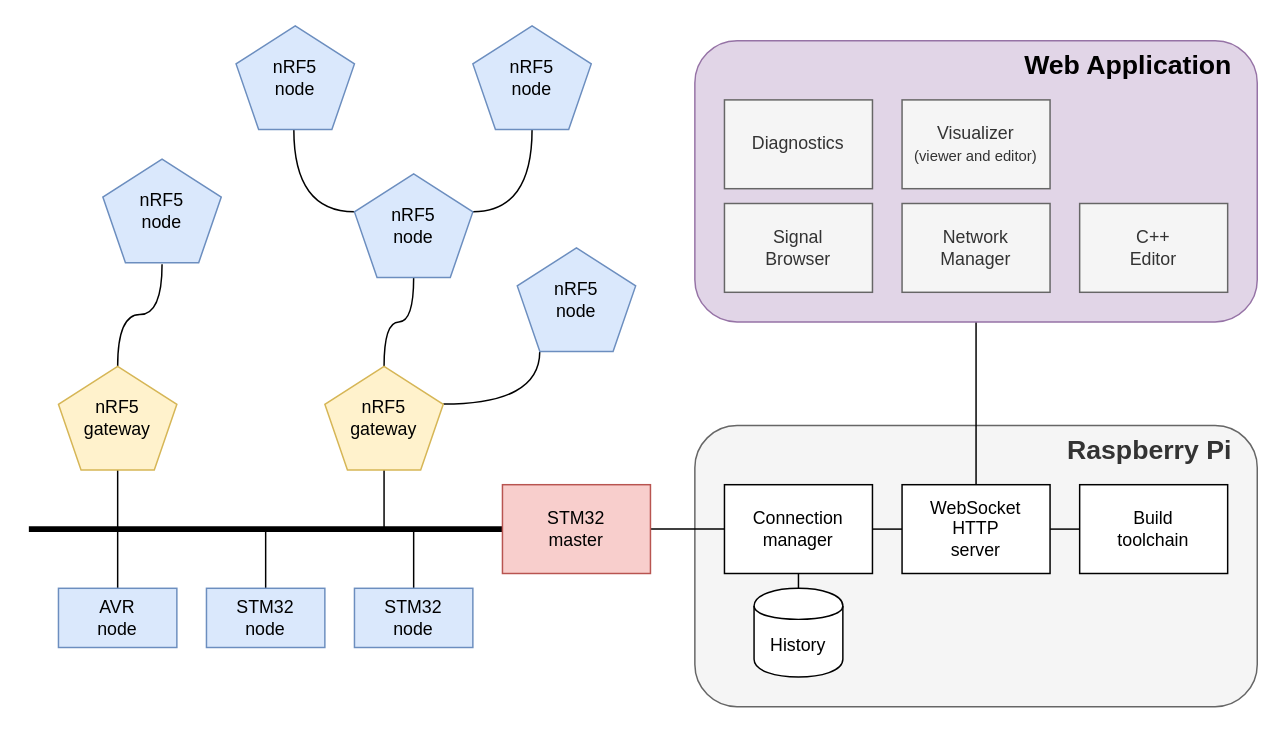
This is img/Topology.drawio from kildom/ohome-docs, a draw.io file, before an edit. Source tidied: cells renumbered, new cells numbered last; positions are measured from the earlier drawing's top-left corner, leaving out a move shared by most shapes. Both pictures are drawn from the tidied source at 148%, with x=0, y=0 at pixel (28, 25).
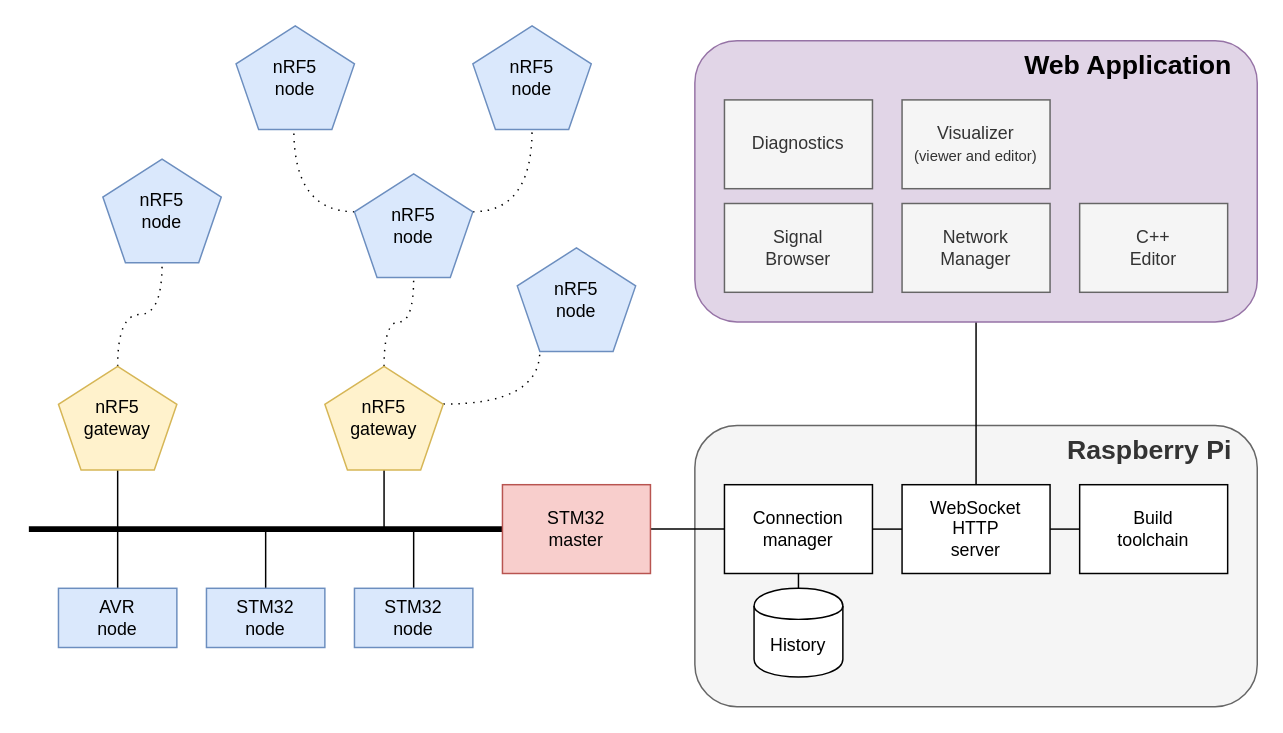
Above is the later version.

The change refers to these unchanged cells:
```xml
<mxCell id="14" value="nRF5&lt;br&gt;gateway" style="whiteSpace=wrap;html=1;shape=mxgraph.basic.pentagon;fillColor=#fff2cc;strokeColor=#d6b656;" parent="1" vertex="1">
  <mxGeometry x="20" y="230" width="80" height="70" as="geometry" />
</mxCell>
<mxCell id="15" value="nRF5&lt;br&gt;node" style="whiteSpace=wrap;html=1;shape=mxgraph.basic.pentagon;fillColor=#dae8fc;strokeColor=#6c8ebf;" parent="1" vertex="1">
  <mxGeometry x="50" y="90" width="80" height="70" as="geometry" />
</mxCell>
<mxCell id="19" value="nRF5&lt;br&gt;gateway" style="whiteSpace=wrap;html=1;shape=mxgraph.basic.pentagon;fillColor=#fff2cc;strokeColor=#d6b656;" parent="1" vertex="1">
  <mxGeometry x="200" y="230" width="80" height="70" as="geometry" />
</mxCell>
<mxCell id="20" value="nRF5&lt;br&gt;node" style="whiteSpace=wrap;html=1;shape=mxgraph.basic.pentagon;fillColor=#dae8fc;strokeColor=#6c8ebf;" parent="1" vertex="1">
  <mxGeometry x="330" y="150" width="80" height="70" as="geometry" />
</mxCell>
<mxCell id="23" value="nRF5&lt;br&gt;node" style="whiteSpace=wrap;html=1;shape=mxgraph.basic.pentagon;fillColor=#dae8fc;strokeColor=#6c8ebf;" parent="1" vertex="1">
  <mxGeometry x="220" y="100" width="80" height="70" as="geometry" />
</mxCell>
<mxCell id="24" value="nRF5&lt;br&gt;node" style="whiteSpace=wrap;html=1;shape=mxgraph.basic.pentagon;fillColor=#dae8fc;strokeColor=#6c8ebf;" parent="1" vertex="1">
  <mxGeometry x="140" width="80" height="70" as="geometry" />
</mxCell>
<mxCell id="25" value="nRF5&lt;br&gt;node" style="whiteSpace=wrap;html=1;shape=mxgraph.basic.pentagon;fillColor=#dae8fc;strokeColor=#6c8ebf;" parent="1" vertex="1">
  <mxGeometry x="300" width="80" height="70" as="geometry" />
</mxCell>
```

Diff of the diagram source:
```diff
@@
-    <mxCell id="13" style="edgeStyle=orthogonalEdgeStyle;rounded=0;jettySize=auto;html=1;endArrow=none;endFill=0;strokeWidth=1;entryX=0.5;entryY=1.014;entryDx=0;entryDy=0;entryPerimeter=0;exitX=0.5;exitY=0;exitDx=0;exitDy=0;exitPerimeter=0;elbow=vertical;curved=1;" parent="1" edge="1" source="14" target="15">
+    <mxCell id="13" style="edgeStyle=orthogonalEdgeStyle;rounded=0;jettySize=auto;html=1;endArrow=none;endFill=0;strokeWidth=1;entryX=0.5;entryY=1.014;entryDx=0;entryDy=0;entryPerimeter=0;exitX=0.5;exitY=0;exitDx=0;exitDy=0;exitPerimeter=0;elbow=vertical;curved=1;dashed=1;dashPattern=1 4;" parent="1" edge="1" source="14" target="15">
       <mxGeometry relative="1" as="geometry" />
     </mxCell>
@@
-    <mxCell id="17" style="edgeStyle=orthogonalEdgeStyle;curved=1;rounded=0;jettySize=auto;html=1;endArrow=none;endFill=0;strokeWidth=1;" parent="1" edge="1" source="19" target="23">
+    <mxCell id="17" style="edgeStyle=orthogonalEdgeStyle;curved=1;rounded=0;jettySize=auto;html=1;endArrow=none;endFill=0;strokeWidth=1;dashed=1;dashPattern=1 4;" parent="1" edge="1" source="19" target="23">
       <mxGeometry relative="1" as="geometry" />
     </mxCell>
-    <mxCell id="18" style="edgeStyle=orthogonalEdgeStyle;curved=1;rounded=0;jettySize=auto;html=1;endArrow=none;endFill=0;strokeWidth=1;exitX=1;exitY=0.365;exitDx=0;exitDy=0;exitPerimeter=0;entryX=0.19;entryY=1;entryDx=0;entryDy=0;entryPerimeter=0;" parent="1" edge="1" source="19" target="20">
+    <mxCell id="18" style="edgeStyle=orthogonalEdgeStyle;curved=1;rounded=0;jettySize=auto;html=1;endArrow=none;endFill=0;strokeWidth=1;exitX=1;exitY=0.365;exitDx=0;exitDy=0;exitPerimeter=0;entryX=0.19;entryY=1;entryDx=0;entryDy=0;entryPerimeter=0;dashed=1;dashPattern=1 4;" parent="1" edge="1" source="19" target="20">
       <mxGeometry relative="1" as="geometry" />
     </mxCell>
@@
-    <mxCell id="21" style="edgeStyle=orthogonalEdgeStyle;curved=1;rounded=0;jettySize=auto;html=1;endArrow=none;endFill=0;strokeWidth=1;exitX=1;exitY=0.365;exitDx=0;exitDy=0;exitPerimeter=0;" parent="1" edge="1" source="23" target="25">
+    <mxCell id="21" style="edgeStyle=orthogonalEdgeStyle;curved=1;rounded=0;jettySize=auto;html=1;endArrow=none;endFill=0;strokeWidth=1;exitX=1;exitY=0.365;exitDx=0;exitDy=0;exitPerimeter=0;dashed=1;dashPattern=1 4;" parent="1" edge="1" source="23" target="25">
       <mxGeometry relative="1" as="geometry" />
     </mxCell>
-    <mxCell id="22" style="edgeStyle=orthogonalEdgeStyle;curved=1;rounded=0;jettySize=auto;html=1;endArrow=none;endFill=0;strokeWidth=1;exitX=0;exitY=0.365;exitDx=0;exitDy=0;exitPerimeter=0;entryX=0.488;entryY=1;entryDx=0;entryDy=0;entryPerimeter=0;" parent="1" edge="1" source="23" target="24">
+    <mxCell id="22" style="edgeStyle=orthogonalEdgeStyle;curved=1;rounded=0;jettySize=auto;html=1;endArrow=none;endFill=0;strokeWidth=1;exitX=0;exitY=0.365;exitDx=0;exitDy=0;exitPerimeter=0;entryX=0.488;entryY=1;entryDx=0;entryDy=0;entryPerimeter=0;dashed=1;dashPattern=1 4;" parent="1" edge="1" source="23" target="24">
       <mxGeometry relative="1" as="geometry" />
     </mxCell>
```
